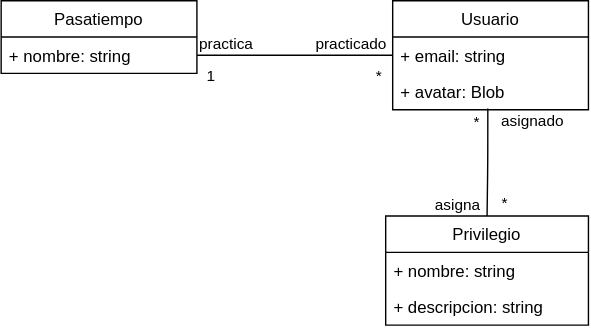
Above: img/clases_bd.svg in gilpgdm/gilpgdm.github.io (draw.io), before the change. Source tidied: cells renumbered, new cells last; positions are measured from the earlier drawing's top-left corner, leaving out a move shared by most shapes. Its diagram source:
```xml
<mxGraphModel>
  <root>
    <mxCell id="0" />
    <mxCell id="1" parent="0" />
    <mxCell id="2" style="endArrow=none;html=1;edgeStyle=orthogonalEdgeStyle;exitX=1;exitY=0.5;exitDx=0;exitDy=0;entryX=0;entryY=0.5;entryDx=0;entryDy=0;" parent="1" edge="1" source="8" target="15">
      <mxGeometry relative="1" as="geometry" />
    </mxCell>
    <mxCell id="3" value="practica" style="edgeLabel;html=1;align=left;verticalAlign=bottom;" parent="2" vertex="1">
      <mxGeometry x="-1" relative="1" as="geometry" />
    </mxCell>
    <mxCell id="4" value="practicado" style="edgeLabel;html=1;align=right;verticalAlign=bottom;" parent="2" vertex="1">
      <mxGeometry x="1" relative="1" as="geometry">
        <mxPoint x="-4" as="offset" />
      </mxGeometry>
    </mxCell>
    <mxCell id="5" value="1" style="edgeLabel;html=1;align=center;verticalAlign=middle;" parent="2" vertex="1">
      <mxGeometry x="-0.76" y="-1" relative="1" as="geometry">
        <mxPoint x="-7" y="14" as="offset" />
      </mxGeometry>
    </mxCell>
    <mxCell id="6" value="*" style="edgeLabel;html=1;align=center;verticalAlign=middle;" parent="2" vertex="1">
      <mxGeometry x="0.64" relative="1" as="geometry">
        <mxPoint x="15" y="15" as="offset" />
      </mxGeometry>
    </mxCell>
    <mxCell id="7" value="Pasatiempo" style="swimlane;fontStyle=0;horizontal=1;startSize=26;fillColor=none;" parent="1" vertex="1">
      <mxGeometry width="140" height="52" as="geometry" />
    </mxCell>
    <mxCell id="8" value="+ nombre: string" style="text;strokeColor=none;fillColor=none;align=left;verticalAlign=top;spacingLeft=4;spacingRight=4;overflow=hidden;points=[[0,0.5],[1,0.5]];portConstraint=eastwest;" parent="7" vertex="1">
      <mxGeometry y="26" width="140" height="26" as="geometry" />
    </mxCell>
    <mxCell id="9" style="endArrow=none;html=1;edgeStyle=orthogonalEdgeStyle;exitX=0.486;exitY=0.962;exitDx=0;exitDy=0;exitPerimeter=0;entryX=0.5;entryY=0;entryDx=0;entryDy=0;" parent="1" edge="1" source="16" target="17">
      <mxGeometry relative="1" as="geometry" />
    </mxCell>
    <mxCell id="10" value="asignado" style="edgeLabel;html=1;align=left;verticalAlign=bottom;" parent="9" vertex="1">
      <mxGeometry x="-1" relative="1" as="geometry">
        <mxPoint x="8" y="17" as="offset" />
      </mxGeometry>
    </mxCell>
    <mxCell id="11" value="asigna" style="edgeLabel;html=1;align=right;verticalAlign=bottom;" parent="9" vertex="1">
      <mxGeometry x="1" relative="1" as="geometry">
        <mxPoint x="-4" as="offset" />
      </mxGeometry>
    </mxCell>
    <mxCell id="12" value="*" style="edgeLabel;html=1;align=center;verticalAlign=middle;" parent="9" vertex="1">
      <mxGeometry x="0.75" y="1" relative="1" as="geometry">
        <mxPoint x="11.5" as="offset" />
      </mxGeometry>
    </mxCell>
    <mxCell id="13" value="*" style="edgeLabel;html=1;align=center;verticalAlign=middle;" parent="9" vertex="1">
      <mxGeometry x="0.02" y="-29" relative="1" as="geometry">
        <mxPoint x="21.5" y="-29" as="offset" />
      </mxGeometry>
    </mxCell>
    <mxCell id="14" value="Usuario" style="swimlane;fontStyle=0;horizontal=1;startSize=26;fillColor=none;" parent="1" vertex="1">
      <mxGeometry x="280" width="140" height="78" as="geometry" />
    </mxCell>
    <mxCell id="15" value="+ email: string" style="text;strokeColor=none;fillColor=none;align=left;verticalAlign=top;spacingLeft=4;spacingRight=4;overflow=hidden;points=[[0,0.5],[1,0.5]];portConstraint=eastwest;" parent="14" vertex="1">
      <mxGeometry y="26" width="140" height="26" as="geometry" />
    </mxCell>
    <mxCell id="16" value="+ avatar: Blob" style="text;strokeColor=none;fillColor=none;align=left;verticalAlign=top;spacingLeft=4;spacingRight=4;overflow=hidden;points=[[0,0.5],[1,0.5]];portConstraint=eastwest;" parent="14" vertex="1">
      <mxGeometry y="52" width="140" height="26" as="geometry" />
    </mxCell>
    <mxCell id="17" value="Privilegio" style="swimlane;fontStyle=0;horizontal=1;startSize=26;fillColor=none;" parent="1" vertex="1">
      <mxGeometry x="275" y="154" width="145" height="78" as="geometry" />
    </mxCell>
    <mxCell id="18" value="+ nombre: string" style="text;strokeColor=none;fillColor=none;align=left;verticalAlign=top;spacingLeft=4;spacingRight=4;overflow=hidden;" parent="17" vertex="1">
      <mxGeometry y="26" width="145" height="26" as="geometry" />
    </mxCell>
    <mxCell id="19" value="+ descripcion: string" style="text;strokeColor=none;fillColor=none;align=left;verticalAlign=top;spacingLeft=4;spacingRight=4;overflow=hidden;" parent="17" vertex="1">
      <mxGeometry y="52" width="145" height="26" as="geometry" />
    </mxCell>
  </root>
</mxGraphModel>
```
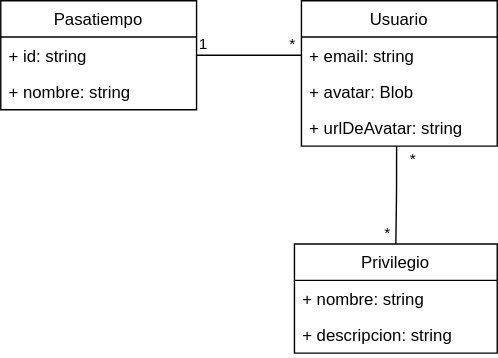
After the change.

The edit, as a diff of the source:
```diff
@@ -2,58 +2,41 @@
   <root>
     <mxCell id="0" />
     <mxCell id="1" parent="0" />
-    <mxCell id="2" style="endArrow=none;html=1;edgeStyle=orthogonalEdgeStyle;exitX=1;exitY=0.5;exitDx=0;exitDy=0;entryX=0;entryY=0.5;entryDx=0;entryDy=0;" parent="1" edge="1" source="8" target="15">
+    <mxCell id="2" style="endArrow=none;html=1;edgeStyle=orthogonalEdgeStyle;exitX=1;exitY=0.5;exitDx=0;exitDy=0;entryX=0;entryY=0.5;entryDx=0;entryDy=0;" parent="1" edge="1" source="20" target="15">
       <mxGeometry relative="1" as="geometry" />
     </mxCell>
-    <mxCell id="3" value="practica" style="edgeLabel;html=1;align=left;verticalAlign=bottom;" parent="2" vertex="1">
+    <mxCell id="3" value="1" style="edgeLabel;html=1;align=left;verticalAlign=bottom;" parent="2" vertex="1">
       <mxGeometry x="-1" relative="1" as="geometry" />
     </mxCell>
-    <mxCell id="4" value="practicado" style="edgeLabel;html=1;align=right;verticalAlign=bottom;" parent="2" vertex="1">
+    <mxCell id="4" value="*" style="edgeLabel;html=1;align=right;verticalAlign=bottom;" parent="2" vertex="1">
       <mxGeometry x="1" relative="1" as="geometry">
         <mxPoint x="-4" as="offset" />
       </mxGeometry>
     </mxCell>
-    <mxCell id="5" value="1" style="edgeLabel;html=1;align=center;verticalAlign=middle;" parent="2" vertex="1">
-      <mxGeometry x="-0.76" y="-1" relative="1" as="geometry">
-        <mxPoint x="-7" y="14" as="offset" />
-      </mxGeometry>
-    </mxCell>
-    <mxCell id="6" value="*" style="edgeLabel;html=1;align=center;verticalAlign=middle;" parent="2" vertex="1">
-      <mxGeometry x="0.64" relative="1" as="geometry">
-        <mxPoint x="15" y="15" as="offset" />
-      </mxGeometry>
-    </mxCell>
     <mxCell id="7" value="Pasatiempo" style="swimlane;fontStyle=0;horizontal=1;startSize=26;fillColor=none;" parent="1" vertex="1">
-      <mxGeometry width="140" height="52" as="geometry" />
+      <mxGeometry width="140" height="78" as="geometry" />
     </mxCell>
+    <mxCell id="20" value="+ id: string" style="text;strokeColor=none;fillColor=none;align=left;verticalAlign=top;spacingLeft=4;spacingRight=4;overflow=hidden;points=[[0,0.5],[1,0.5]];portConstraint=eastwest;" parent="7" vertex="1">
+      <mxGeometry y="26" width="140" height="26" as="geometry" />
+    </mxCell>
     <mxCell id="8" value="+ nombre: string" style="text;strokeColor=none;fillColor=none;align=left;verticalAlign=top;spacingLeft=4;spacingRight=4;overflow=hidden;points=[[0,0.5],[1,0.5]];portConstraint=eastwest;" parent="7" vertex="1">
-      <mxGeometry y="26" width="140" height="26" as="geometry" />
+      <mxGeometry y="52" width="140" height="26" as="geometry" />
     </mxCell>
-    <mxCell id="9" style="endArrow=none;html=1;edgeStyle=orthogonalEdgeStyle;exitX=0.486;exitY=0.962;exitDx=0;exitDy=0;exitPerimeter=0;entryX=0.5;entryY=0;entryDx=0;entryDy=0;" parent="1" edge="1" source="16" target="17">
+    <mxCell id="9" style="endArrow=none;html=1;edgeStyle=orthogonalEdgeStyle;exitX=0.486;exitY=1;exitDx=0;exitDy=0;exitPerimeter=0;entryX=0.5;entryY=0;entryDx=0;entryDy=0;" parent="1" edge="1" source="21" target="17">
       <mxGeometry relative="1" as="geometry" />
     </mxCell>
-    <mxCell id="10" value="asignado" style="edgeLabel;html=1;align=left;verticalAlign=bottom;" parent="9" vertex="1">
+    <mxCell id="10" value="*" style="edgeLabel;html=1;align=left;verticalAlign=bottom;" parent="9" vertex="1">
       <mxGeometry x="-1" relative="1" as="geometry">
         <mxPoint x="8" y="17" as="offset" />
       </mxGeometry>
     </mxCell>
-    <mxCell id="11" value="asigna" style="edgeLabel;html=1;align=right;verticalAlign=bottom;" parent="9" vertex="1">
+    <mxCell id="11" value="*" style="edgeLabel;html=1;align=right;verticalAlign=bottom;" parent="9" vertex="1">
       <mxGeometry x="1" relative="1" as="geometry">
         <mxPoint x="-4" as="offset" />
       </mxGeometry>
     </mxCell>
-    <mxCell id="12" value="*" style="edgeLabel;html=1;align=center;verticalAlign=middle;" parent="9" vertex="1">
-      <mxGeometry x="0.75" y="1" relative="1" as="geometry">
-        <mxPoint x="11.5" as="offset" />
-      </mxGeometry>
-    </mxCell>
-    <mxCell id="13" value="*" style="edgeLabel;html=1;align=center;verticalAlign=middle;" parent="9" vertex="1">
-      <mxGeometry x="0.02" y="-29" relative="1" as="geometry">
-        <mxPoint x="21.5" y="-29" as="offset" />
-      </mxGeometry>
-    </mxCell>
     <mxCell id="14" value="Usuario" style="swimlane;fontStyle=0;horizontal=1;startSize=26;fillColor=none;" parent="1" vertex="1">
-      <mxGeometry x="280" width="140" height="78" as="geometry" />
+      <mxGeometry x="215" width="140" height="104" as="geometry" />
     </mxCell>
     <mxCell id="15" value="+ email: string" style="text;strokeColor=none;fillColor=none;align=left;verticalAlign=top;spacingLeft=4;spacingRight=4;overflow=hidden;points=[[0,0.5],[1,0.5]];portConstraint=eastwest;" parent="14" vertex="1">
       <mxGeometry y="26" width="140" height="26" as="geometry" />
@@ -61,8 +44,11 @@
     <mxCell id="16" value="+ avatar: Blob" style="text;strokeColor=none;fillColor=none;align=left;verticalAlign=top;spacingLeft=4;spacingRight=4;overflow=hidden;points=[[0,0.5],[1,0.5]];portConstraint=eastwest;" parent="14" vertex="1">
       <mxGeometry y="52" width="140" height="26" as="geometry" />
     </mxCell>
+    <mxCell id="21" value="+ urlDeAvatar: string" style="text;strokeColor=none;fillColor=none;align=left;verticalAlign=top;spacingLeft=4;spacingRight=4;overflow=hidden;points=[[0,0.5],[1,0.5]];portConstraint=eastwest;" parent="14" vertex="1">
+      <mxGeometry y="78" width="140" height="26" as="geometry" />
+    </mxCell>
     <mxCell id="17" value="Privilegio" style="swimlane;fontStyle=0;horizontal=1;startSize=26;fillColor=none;" parent="1" vertex="1">
-      <mxGeometry x="275" y="154" width="145" height="78" as="geometry" />
+      <mxGeometry x="210" y="174" width="145" height="78" as="geometry" />
     </mxCell>
     <mxCell id="18" value="+ nombre: string" style="text;strokeColor=none;fillColor=none;align=left;verticalAlign=top;spacingLeft=4;spacingRight=4;overflow=hidden;" parent="17" vertex="1">
       <mxGeometry y="26" width="145" height="26" as="geometry" />
```
